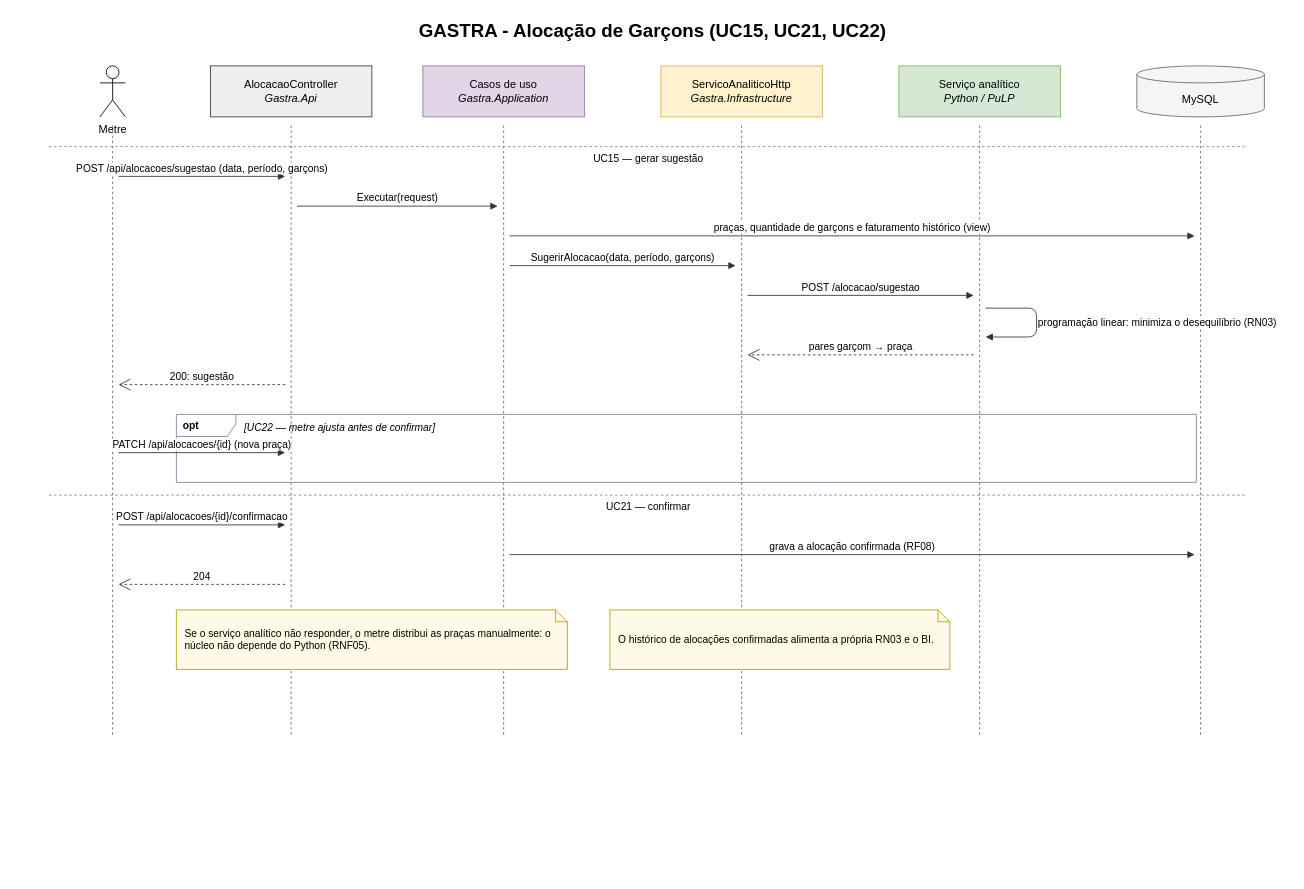
Earlier version of the draw.io diagram docs/diagramas/_fontes/GASTRA_Sequencia_AlocacaoGarcons.drawio (danih-vb/gastra-tg). Source tidied: cells renumbered, new cells numbered last; positions are measured from the earlier drawing's top-left corner, leaving out a move shared by most shapes. Both pictures are drawn from the tidied source at 85%, with x=0, y=0 at pixel (14, 14).
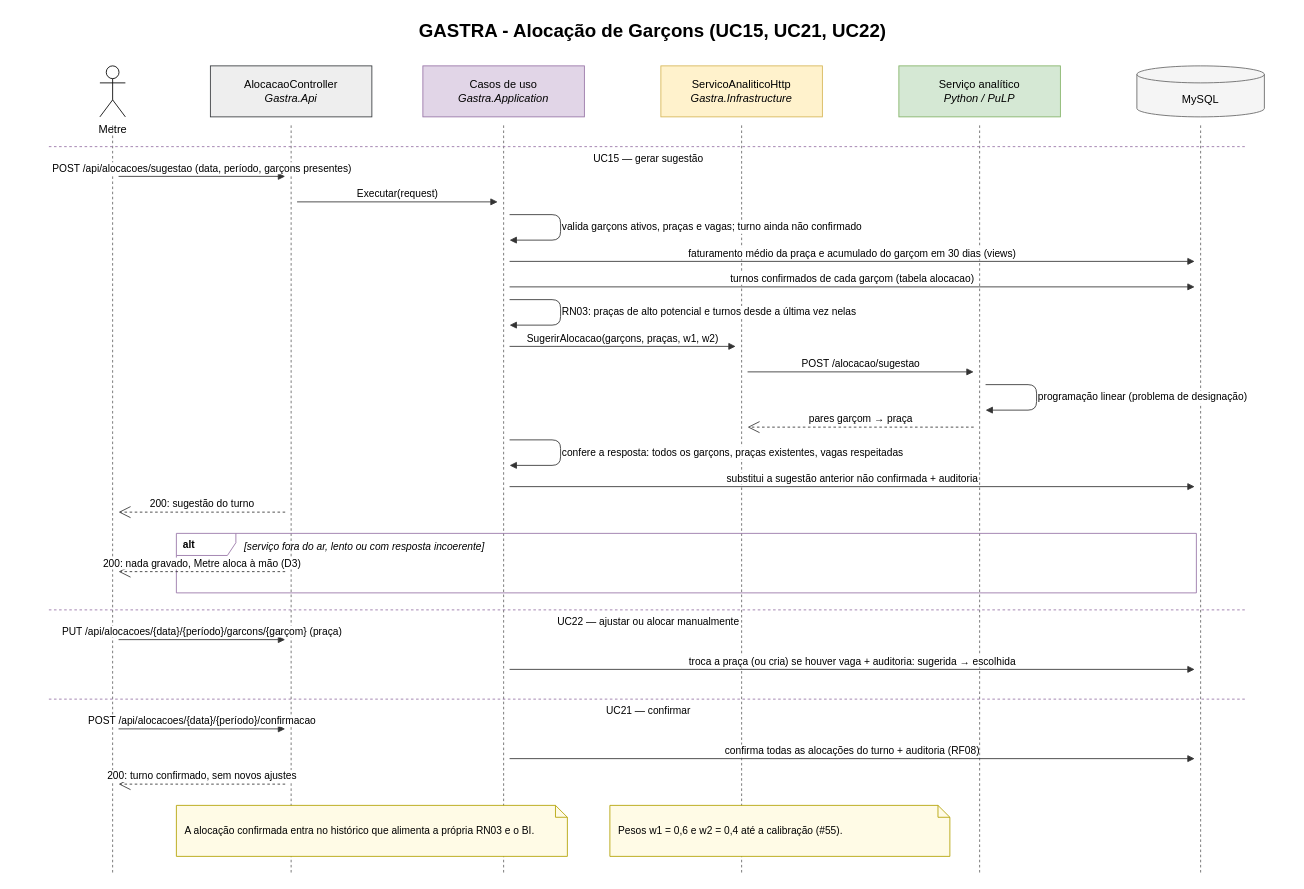
Above is the later version.

The edit, as a diff of the source:
```diff
@@
     <mxCell id="4" style="html=1;endArrow=none;dashed=1;strokeColor=#666666;" parent="1" edge="1">
       <mxGeometry relative="1" as="geometry">
         <mxPoint x="115" y="130" as="sourcePoint" />
-        <mxPoint x="115" y="850" as="targetPoint" />
+        <mxPoint x="115" y="1010" as="targetPoint" />
       </mxGeometry>
     </mxCell>
@@
     <mxCell id="6" style="html=1;endArrow=none;dashed=1;strokeColor=#666666;" parent="1" edge="1">
       <mxGeometry relative="1" as="geometry">
         <mxPoint x="325" y="130" as="sourcePoint" />
-        <mxPoint x="325" y="850" as="targetPoint" />
+        <mxPoint x="325" y="1010" as="targetPoint" />
       </mxGeometry>
     </mxCell>
@@
     <mxCell id="8" style="html=1;endArrow=none;dashed=1;strokeColor=#666666;" parent="1" edge="1">
       <mxGeometry relative="1" as="geometry">
         <mxPoint x="575" y="130" as="sourcePoint" />
-        <mxPoint x="575" y="850" as="targetPoint" />
+        <mxPoint x="575" y="1010" as="targetPoint" />
       </mxGeometry>
     </mxCell>
@@
     <mxCell id="10" style="html=1;endArrow=none;dashed=1;strokeColor=#666666;" parent="1" edge="1">
       <mxGeometry relative="1" as="geometry">
         <mxPoint x="855" y="130" as="sourcePoint" />
-        <mxPoint x="855" y="850" as="targetPoint" />
+        <mxPoint x="855" y="1010" as="targetPoint" />
       </mxGeometry>
     </mxCell>
@@
     <mxCell id="12" style="html=1;endArrow=none;dashed=1;strokeColor=#666666;" parent="1" edge="1">
       <mxGeometry relative="1" as="geometry">
         <mxPoint x="1135" y="130" as="sourcePoint" />
-        <mxPoint x="1135" y="850" as="targetPoint" />
+        <mxPoint x="1135" y="1010" as="targetPoint" />
       </mxGeometry>
     </mxCell>
@@
     <mxCell id="14" style="html=1;endArrow=none;dashed=1;strokeColor=#666666;" parent="1" edge="1">
       <mxGeometry relative="1" as="geometry">
         <mxPoint x="1395" y="130" as="sourcePoint" />
-        <mxPoint x="1395" y="850" as="targetPoint" />
+        <mxPoint x="1395" y="1010" as="targetPoint" />
       </mxGeometry>
     </mxCell>
@@
-    <mxCell id="16" value="POST /api/alocacoes/sugestao (data, período, garçons)" style="html=1;endArrow=block;endFill=1;strokeColor=#333333;fontSize=12;align=center;verticalAlign=bottom;labelBackgroundColor=#ffffff;" parent="1" edge="1">
+    <mxCell id="16" value="POST /api/alocacoes/sugestao (data, período, garçons presentes)" style="html=1;endArrow=block;endFill=1;strokeColor=#333333;fontSize=12;align=center;verticalAlign=bottom;labelBackgroundColor=#ffffff;" parent="1" edge="1">
       <mxGeometry relative="1" as="geometry">
         <mxPoint x="122" y="190" as="sourcePoint" />
         <mxPoint x="318" y="190" as="targetPoint" />
       </mxGeometry>
     </mxCell>
     <mxCell id="17" value="Executar(request)" style="html=1;endArrow=block;endFill=1;strokeColor=#333333;fontSize=12;align=center;verticalAlign=bottom;labelBackgroundColor=#ffffff;" parent="1" edge="1">
       <mxGeometry relative="1" as="geometry">
-        <mxPoint x="332" y="225" as="sourcePoint" />
-        <mxPoint x="568" y="225" as="targetPoint" />
+        <mxPoint x="332" y="220" as="sourcePoint" />
+        <mxPoint x="568" y="220" as="targetPoint" />
       </mxGeometry>
     </mxCell>
-    <mxCell id="18" value="praças, quantidade de garçons e faturamento histórico (view)" style="html=1;endArrow=block;endFill=1;strokeColor=#333333;fontSize=12;align=center;verticalAlign=bottom;labelBackgroundColor=#ffffff;" parent="1" edge="1">
+    <mxCell id="18" value="valida garçons ativos, praças e vagas; turno ainda não confirmado" style="html=1;endArrow=block;endFill=1;strokeColor=#333333;fontSize=12;align=left;labelBackgroundColor=#ffffff;edgeStyle=orthogonalEdgeStyle;rounded=1;" parent="1" edge="1">
       <mxGeometry relative="1" as="geometry">
-        <mxPoint x="582" y="260" as="sourcePoint" />
-        <mxPoint x="1388" y="260" as="targetPoint" />
+        <mxPoint x="582" y="235" as="sourcePoint" />
+        <mxPoint x="582" y="265" as="targetPoint" />
+        <Array as="points">
+          <mxPoint x="642" y="235" />
+          <mxPoint x="642" y="265" />
+        </Array>
       </mxGeometry>
     </mxCell>
-    <mxCell id="19" value="SugerirAlocacao(data, período, garçons)" style="html=1;endArrow=block;endFill=1;strokeColor=#333333;fontSize=12;align=center;verticalAlign=bottom;labelBackgroundColor=#ffffff;" parent="1" edge="1">
+    <mxCell id="19" value="faturamento médio da praça e acumulado do garçom em 30 dias (views)" style="html=1;endArrow=block;endFill=1;strokeColor=#333333;fontSize=12;align=center;verticalAlign=bottom;labelBackgroundColor=#ffffff;" parent="1" edge="1">
       <mxGeometry relative="1" as="geometry">
-        <mxPoint x="582" y="295" as="sourcePoint" />
-        <mxPoint x="848" y="295" as="targetPoint" />
+        <mxPoint x="582" y="290" as="sourcePoint" />
+        <mxPoint x="1388" y="290" as="targetPoint" />
       </mxGeometry>
     </mxCell>
-    <mxCell id="20" value="POST /alocacao/sugestao" style="html=1;endArrow=block;endFill=1;strokeColor=#333333;fontSize=12;align=center;verticalAlign=bottom;labelBackgroundColor=#ffffff;" parent="1" edge="1">
+    <mxCell id="20" value="turnos confirmados de cada garçom (tabela alocacao)" style="html=1;endArrow=block;endFill=1;strokeColor=#333333;fontSize=12;align=center;verticalAlign=bottom;labelBackgroundColor=#ffffff;" parent="1" edge="1">
       <mxGeometry relative="1" as="geometry">
-        <mxPoint x="862" y="330" as="sourcePoint" />
-        <mxPoint x="1128" y="330" as="targetPoint" />
+        <mxPoint x="582" y="320" as="sourcePoint" />
+        <mxPoint x="1388" y="320" as="targetPoint" />
       </mxGeometry>
     </mxCell>
-    <mxCell id="21" value="programação linear: minimiza o desequilíbrio (RN03)" style="html=1;endArrow=block;endFill=1;strokeColor=#333333;fontSize=12;align=left;labelBackgroundColor=#ffffff;edgeStyle=orthogonalEdgeStyle;rounded=1;" parent="1" edge="1">
+    <mxCell id="21" value="RN03: praças de alto potencial e turnos desde a última vez nelas" style="html=1;endArrow=block;endFill=1;strokeColor=#333333;fontSize=12;align=left;labelBackgroundColor=#ffffff;edgeStyle=orthogonalEdgeStyle;rounded=1;" parent="1" edge="1">
       <mxGeometry relative="1" as="geometry">
-        <mxPoint x="1142" y="345" as="sourcePoint" />
-        <mxPoint x="1142" y="379" as="targetPoint" />
+        <mxPoint x="582" y="335" as="sourcePoint" />
+        <mxPoint x="582" y="365" as="targetPoint" />
         <Array as="points">
-          <mxPoint x="1202" y="345" />
-          <mxPoint x="1202" y="379" />
+          <mxPoint x="642" y="335" />
+          <mxPoint x="642" y="365" />
         </Array>
       </mxGeometry>
     </mxCell>
-    <mxCell id="22" value="pares garçom → praça" style="html=1;endArrow=open;endSize=12;dashed=1;strokeColor=#333333;fontSize=12;align=center;verticalAlign=bottom;labelBackgroundColor=#ffffff;" parent="1" edge="1">
+    <mxCell id="22" value="SugerirAlocacao(garçons, praças, w1, w2)" style="html=1;endArrow=block;endFill=1;strokeColor=#333333;fontSize=12;align=center;verticalAlign=bottom;labelBackgroundColor=#ffffff;" parent="1" edge="1">
       <mxGeometry relative="1" as="geometry">
-        <mxPoint x="1128" y="400" as="sourcePoint" />
-        <mxPoint x="862" y="400" as="targetPoint" />
+        <mxPoint x="582" y="390" as="sourcePoint" />
+        <mxPoint x="848" y="390" as="targetPoint" />
       </mxGeometry>
     </mxCell>
-    <mxCell id="23" value="200: sugestão" style="html=1;endArrow=open;endSize=12;dashed=1;strokeColor=#333333;fontSize=12;align=center;verticalAlign=bottom;labelBackgroundColor=#ffffff;" parent="1" edge="1">
+    <mxCell id="23" value="POST /alocacao/sugestao" style="html=1;endArrow=block;endFill=1;strokeColor=#333333;fontSize=12;align=center;verticalAlign=bottom;labelBackgroundColor=#ffffff;" parent="1" edge="1">
       <mxGeometry relative="1" as="geometry">
-        <mxPoint x="318" y="435" as="sourcePoint" />
-        <mxPoint x="122" y="435" as="targetPoint" />
+        <mxPoint x="862" y="420" as="sourcePoint" />
+        <mxPoint x="1128" y="420" as="targetPoint" />
       </mxGeometry>
     </mxCell>
-    <mxCell id="24" value="opt" style="shape=umlFrame;whiteSpace=wrap;html=1;width=70;height=26;fillColor=none;strokeColor=#9673a6;fontSize=12;fontStyle=1;verticalAlign=top;align=left;spacingLeft=6;" parent="1" vertex="1">
-      <mxGeometry x="190" y="470" width="1200" height="80" as="geometry" />
+    <mxCell id="24" value="programação linear (problema de designação)" style="html=1;endArrow=block;endFill=1;strokeColor=#333333;fontSize=12;align=left;labelBackgroundColor=#ffffff;edgeStyle=orthogonalEdgeStyle;rounded=1;" parent="1" edge="1">
+      <mxGeometry relative="1" as="geometry">
+        <mxPoint x="1142" y="435" as="sourcePoint" />
+        <mxPoint x="1142" y="465" as="targetPoint" />
+        <Array as="points">
+          <mxPoint x="1202" y="435" />
+          <mxPoint x="1202" y="465" />
+        </Array>
+      </mxGeometry>
     </mxCell>
-    <mxCell id="25" value="[UC22 — metre ajusta antes de confirmar]" style="text;html=1;align=left;fontSize=12;fontStyle=2;" parent="1" vertex="1">
-      <mxGeometry x="268" y="472" width="1110" height="22" as="geometry" />
+    <mxCell id="25" value="pares garçom → praça" style="html=1;endArrow=open;endSize=12;dashed=1;strokeColor=#333333;fontSize=12;align=center;verticalAlign=bottom;labelBackgroundColor=#ffffff;" parent="1" edge="1">
+      <mxGeometry relative="1" as="geometry">
+        <mxPoint x="1128" y="485" as="sourcePoint" />
+        <mxPoint x="862" y="485" as="targetPoint" />
+      </mxGeometry>
     </mxCell>
-    <mxCell id="26" value="PATCH /api/alocacoes/{id} (nova praça)" style="html=1;endArrow=block;endFill=1;strokeColor=#333333;fontSize=12;align=center;verticalAlign=bottom;labelBackgroundColor=#ffffff;" parent="1" edge="1">
+    <mxCell id="26" value="confere a resposta: todos os garçons, praças existentes, vagas respeitadas" style="html=1;endArrow=block;endFill=1;strokeColor=#333333;fontSize=12;align=left;labelBackgroundColor=#ffffff;edgeStyle=orthogonalEdgeStyle;rounded=1;" parent="1" edge="1">
       <mxGeometry relative="1" as="geometry">
-        <mxPoint x="122" y="515" as="sourcePoint" />
-        <mxPoint x="318" y="515" as="targetPoint" />
+        <mxPoint x="582" y="500" as="sourcePoint" />
+        <mxPoint x="582" y="530" as="targetPoint" />
+        <Array as="points">
+          <mxPoint x="642" y="500" />
+          <mxPoint x="642" y="530" />
+        </Array>
       </mxGeometry>
     </mxCell>
-    <mxCell id="27" value="UC21 — confirmar" style="html=1;endArrow=none;dashed=1;strokeColor=#9673a6;fontSize=12;align=center;verticalAlign=top;" parent="1" edge="1">
+    <mxCell id="27" value="substitui a sugestão anterior não confirmada + auditoria" style="html=1;endArrow=block;endFill=1;strokeColor=#333333;fontSize=12;align=center;verticalAlign=bottom;labelBackgroundColor=#ffffff;" parent="1" edge="1">
       <mxGeometry relative="1" as="geometry">
-        <mxPoint x="40" y="565" as="sourcePoint" />
-        <mxPoint x="1450" y="565" as="targetPoint" />
+        <mxPoint x="582" y="555" as="sourcePoint" />
+        <mxPoint x="1388" y="555" as="targetPoint" />
       </mxGeometry>
     </mxCell>
-    <mxCell id="28" value="POST /api/alocacoes/{id}/confirmacao" style="html=1;endArrow=block;endFill=1;strokeColor=#333333;fontSize=12;align=center;verticalAlign=bottom;labelBackgroundColor=#ffffff;" parent="1" edge="1">
+    <mxCell id="28" value="200: sugestão do turno" style="html=1;endArrow=open;endSize=12;dashed=1;strokeColor=#333333;fontSize=12;align=center;verticalAlign=bottom;labelBackgroundColor=#ffffff;" parent="1" edge="1">
       <mxGeometry relative="1" as="geometry">
-        <mxPoint x="122" y="600" as="sourcePoint" />
-        <mxPoint x="318" y="600" as="targetPoint" />
+        <mxPoint x="318" y="585" as="sourcePoint" />
+        <mxPoint x="122" y="585" as="targetPoint" />
       </mxGeometry>
     </mxCell>
-    <mxCell id="29" value="grava a alocação confirmada (RF08)" style="html=1;endArrow=block;endFill=1;strokeColor=#333333;fontSize=12;align=center;verticalAlign=bottom;labelBackgroundColor=#ffffff;" parent="1" edge="1">
-      <mxGeometry relative="1" as="geometry">
-        <mxPoint x="582" y="635" as="sourcePoint" />
-        <mxPoint x="1388" y="635" as="targetPoint" />
-      </mxGeometry>
+    <mxCell id="29" value="alt" style="shape=umlFrame;whiteSpace=wrap;html=1;width=70;height=26;fillColor=none;strokeColor=#9673a6;fontSize=12;fontStyle=1;verticalAlign=top;align=left;spacingLeft=6;" parent="1" vertex="1">
+      <mxGeometry x="190" y="610" width="1200" height="70" as="geometry" />
     </mxCell>
-    <mxCell id="30" value="204" style="html=1;endArrow=open;endSize=12;dashed=1;strokeColor=#333333;fontSize=12;align=center;verticalAlign=bottom;labelBackgroundColor=#ffffff;" parent="1" edge="1">
-      <mxGeometry relative="1" as="geometry">
-        <mxPoint x="318" y="670" as="sourcePoint" />
-        <mxPoint x="122" y="670" as="targetPoint" />
-      </mxGeometry>
+    <mxCell id="30" value="[serviço fora do ar, lento ou com resposta incoerente]" style="text;html=1;align=left;fontSize=12;fontStyle=2;" parent="1" vertex="1">
+      <mxGeometry x="268" y="612" width="1110" height="22" as="geometry" />
     </mxCell>
-    <mxCell id="31" value="Se o serviço analítico não responder, o metre distribui as praças manualmente: o núcleo não depende do Python (RNF05)." style="shape=note;size=14;whiteSpace=wrap;html=1;align=left;spacingLeft=8;fillColor=#fffbe6;strokeColor=#b3a100;fontSize=12;" parent="1" vertex="1">
-      <mxGeometry x="190" y="700" width="460" height="70" as="geometry" />
+    <mxCell id="31" value="200: nada gravado, Metre aloca à mão (D3)" style="html=1;endArrow=open;endSize=12;dashed=1;strokeColor=#333333;fontSize=12;align=center;verticalAlign=bottom;labelBackgroundColor=#ffffff;" parent="1" edge="1">
+      <mxGeometry relative="1" as="geometry">
+        <mxPoint x="318" y="655" as="sourcePoint" />
+        <mxPoint x="122" y="655" as="targetPoint" />
+      </mxGeometry>
     </mxCell>
-    <mxCell id="32" value="O histórico de alocações confirmadas alimenta a própria RN03 e o BI." style="shape=note;size=14;whiteSpace=wrap;html=1;align=left;spacingLeft=8;fillColor=#fffbe6;strokeColor=#b3a100;fontSize=12;" parent="1" vertex="1">
-      <mxGeometry x="700" y="700" width="400" height="70" as="geometry" />
+    <mxCell id="32" value="UC22 — ajustar ou alocar manualmente" style="html=1;endArrow=none;dashed=1;strokeColor=#9673a6;fontSize=12;align=center;verticalAlign=top;" parent="1" edge="1">
+      <mxGeometry relative="1" as="geometry">
+        <mxPoint x="40" y="700" as="sourcePoint" />
+        <mxPoint x="1450" y="700" as="targetPoint" />
+      </mxGeometry>
     </mxCell>
+    <mxCell id="33" value="PUT /api/alocacoes/{data}/{período}/garcons/{garçom} (praça)" style="html=1;endArrow=block;endFill=1;strokeColor=#333333;fontSize=12;align=center;verticalAlign=bottom;labelBackgroundColor=#ffffff;" parent="1" edge="1">
+      <mxGeometry relative="1" as="geometry">
+        <mxPoint x="122" y="735" as="sourcePoint" />
+        <mxPoint x="318" y="735" as="targetPoint" />
+      </mxGeometry>
+    </mxCell>
+    <mxCell id="34" value="troca a praça (ou cria) se houver vaga + auditoria: sugerida → escolhida" style="html=1;endArrow=block;endFill=1;strokeColor=#333333;fontSize=12;align=center;verticalAlign=bottom;labelBackgroundColor=#ffffff;" parent="1" edge="1">
+      <mxGeometry relative="1" as="geometry">
+        <mxPoint x="582" y="770" as="sourcePoint" />
+        <mxPoint x="1388" y="770" as="targetPoint" />
+      </mxGeometry>
+    </mxCell>
+    <mxCell id="35" value="UC21 — confirmar" style="html=1;endArrow=none;dashed=1;strokeColor=#9673a6;fontSize=12;align=center;verticalAlign=top;" parent="1" edge="1">
+      <mxGeometry relative="1" as="geometry">
+        <mxPoint x="40" y="805" as="sourcePoint" />
+        <mxPoint x="1450" y="805" as="targetPoint" />
+      </mxGeometry>
+    </mxCell>
+    <mxCell id="36" value="POST /api/alocacoes/{data}/{período}/confirmacao" style="html=1;endArrow=block;endFill=1;strokeColor=#333333;fontSize=12;align=center;verticalAlign=bottom;labelBackgroundColor=#ffffff;" parent="1" edge="1">
+      <mxGeometry relative="1" as="geometry">
+        <mxPoint x="122" y="840" as="sourcePoint" />
+        <mxPoint x="318" y="840" as="targetPoint" />
+      </mxGeometry>
+    </mxCell>
+    <mxCell id="37" value="confirma todas as alocações do turno + auditoria (RF08)" style="html=1;endArrow=block;endFill=1;strokeColor=#333333;fontSize=12;align=center;verticalAlign=bottom;labelBackgroundColor=#ffffff;" parent="1" edge="1">
+      <mxGeometry relative="1" as="geometry">
+        <mxPoint x="582" y="875" as="sourcePoint" />
+        <mxPoint x="1388" y="875" as="targetPoint" />
+      </mxGeometry>
+    </mxCell>
+    <mxCell id="38" value="200: turno confirmado, sem novos ajustes" style="html=1;endArrow=open;endSize=12;dashed=1;strokeColor=#333333;fontSize=12;align=center;verticalAlign=bottom;labelBackgroundColor=#ffffff;" parent="1" edge="1">
+      <mxGeometry relative="1" as="geometry">
+        <mxPoint x="318" y="905" as="sourcePoint" />
+        <mxPoint x="122" y="905" as="targetPoint" />
+      </mxGeometry>
+    </mxCell>
+    <mxCell id="39" value="A alocação confirmada entra no histórico que alimenta a própria RN03 e o BI." style="shape=note;size=14;whiteSpace=wrap;html=1;align=left;spacingLeft=8;fillColor=#fffbe6;strokeColor=#b3a100;fontSize=12;" parent="1" vertex="1">
+      <mxGeometry x="190" y="930" width="460" height="60" as="geometry" />
+    </mxCell>
+    <mxCell id="40" value="Pesos w1 = 0,6 e w2 = 0,4 até a calibração (#55)." style="shape=note;size=14;whiteSpace=wrap;html=1;align=left;spacingLeft=8;fillColor=#fffbe6;strokeColor=#b3a100;fontSize=12;" parent="1" vertex="1">
+      <mxGeometry x="700" y="930" width="400" height="60" as="geometry" />
+    </mxCell>
```
